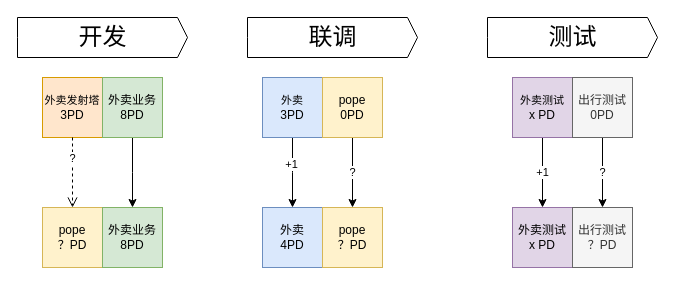
Before: 未命名绘图.drawio in jankin3/study-docs, a draw.io diagram. Source tidied: cells renumbered, new cells numbered last; positions are measured from the earlier drawing's top-left corner, leaving out a move shared by most shapes. Both pictures are drawn from the tidied source at 100%, with x=0, y=0 at pixel (17, 17).
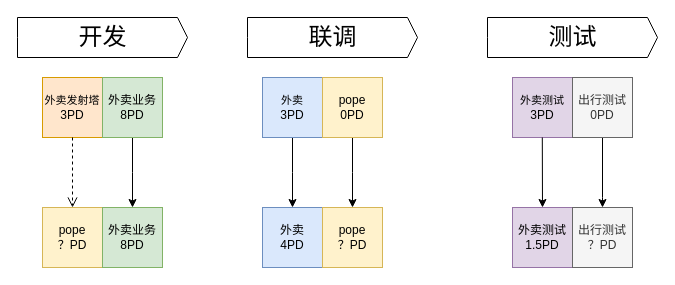
The same diagram, later.

Commit message:
更新未命名绘图.drawio

The change refers to these unchanged cells:
```xml
<mxCell id="2" value="&lt;font style=&quot;font-size: 11px;&quot;&gt;外卖发射塔&lt;/font&gt;&lt;div&gt;3PD&lt;/div&gt;" style="rounded=0;whiteSpace=wrap;html=1;fillColor=#ffe6cc;strokeColor=#d79b00;" parent="1" vertex="1">
  <mxGeometry x="25" y="60" width="60" height="60" as="geometry" />
</mxCell>
<mxCell id="10" style="edgeStyle=elbowEdgeStyle;rounded=0;jettySize=auto;html=1;exitX=0.5;exitY=1;exitDx=0;exitDy=0;entryX=0.5;entryY=0;entryDx=0;entryDy=0;" parent="1" edge="1" source="12" target="15">
  <mxGeometry relative="1" as="geometry" />
</mxCell>
<mxCell id="14" value="pope&lt;div&gt;0PD&lt;/div&gt;" style="rounded=0;whiteSpace=wrap;html=1;fillColor=#fff2cc;strokeColor=#d6b656;" parent="1" vertex="1">
  <mxGeometry x="305" y="60" width="60" height="60" as="geometry" />
</mxCell>
<mxCell id="16" value="pope&lt;div&gt;？PD&lt;/div&gt;" style="rounded=0;whiteSpace=wrap;html=1;fillColor=#fff2cc;strokeColor=#d6b656;" parent="1" vertex="1">
  <mxGeometry x="305" y="190" width="60" height="60" as="geometry" />
</mxCell>
<mxCell id="21" value="出行测试&lt;div&gt;0PD&lt;/div&gt;" style="rounded=0;whiteSpace=wrap;html=1;fillColor=#f5f5f5;strokeColor=#666666;fontColor=#333333;" parent="1" vertex="1">
  <mxGeometry x="555" y="60" width="60" height="60" as="geometry" />
</mxCell>
<mxCell id="23" value="出行测试&lt;div&gt;？PD&lt;/div&gt;" style="rounded=0;whiteSpace=wrap;html=1;fillColor=#f5f5f5;strokeColor=#666666;fontColor=#333333;" parent="1" vertex="1">
  <mxGeometry x="555" y="190" width="60" height="60" as="geometry" />
</mxCell>
```

The edit, as a diff of the source:
```diff
@@
-    <mxCell id="11" value="+1" style="edgeLabel;html=1;align=center;verticalAlign=middle;" parent="10" vertex="1">
-      <mxGeometry x="-0.27" y="-2" relative="1" as="geometry" />
-    </mxCell>
@@
-    <mxCell id="13" value="?" style="edgeStyle=elbowEdgeStyle;rounded=0;jettySize=auto;html=1;exitX=0.5;exitY=1;exitDx=0;exitDy=0;entryX=0.5;entryY=0;entryDx=0;entryDy=0;elbow=vertical;" parent="1" edge="1" source="14" target="16">
-      <mxGeometry relative="1" as="geometry" />
+    <mxCell id="13" style="edgeStyle=elbowEdgeStyle;rounded=0;jettySize=auto;html=1;exitX=0.5;exitY=1;exitDx=0;exitDy=0;entryX=0.5;entryY=0;entryDx=0;entryDy=0;elbow=vertical;" parent="1" edge="1" source="14" target="16">
+      <mxGeometry x="-0.15" relative="1" as="geometry" />
     </mxCell>
@@
-    <mxCell id="17" value="+1" style="edgeStyle=elbowEdgeStyle;rounded=0;jettySize=auto;html=1;exitX=0.5;exitY=1;exitDx=0;exitDy=0;entryX=0.5;entryY=0;entryDx=0;entryDy=0;elbow=vertical;" parent="1" edge="1" source="19" target="22">
-      <mxGeometry x="-0.01" relative="1" as="geometry" />
-    </mxCell>
-    <mxCell id="18" style="edgeLabel;html=1;align=center;verticalAlign=middle;" parent="17" vertex="1">
-      <mxGeometry x="-0.36" y="1" relative="1" as="geometry" />
-    </mxCell>
-    <mxCell id="19" value="&lt;div&gt;&lt;font style=&quot;font-size: 11px;&quot;&gt;外卖测试&lt;/font&gt;&lt;/div&gt;&lt;div&gt;x PD&lt;/div&gt;" style="rounded=0;whiteSpace=wrap;html=1;fillColor=#e1d5e7;strokeColor=#9673a6;" parent="1" vertex="1">
+    <mxCell id="19" value="&lt;div&gt;&lt;font style=&quot;font-size: 11px;&quot;&gt;外卖测试&lt;/font&gt;&lt;/div&gt;&lt;div&gt;3PD&lt;/div&gt;" style="rounded=0;whiteSpace=wrap;html=1;fillColor=#e1d5e7;strokeColor=#9673a6;" parent="1" vertex="1">
       <mxGeometry x="495" y="60" width="60" height="60" as="geometry" />
     </mxCell>
-    <mxCell id="20" value="?" style="edgeStyle=elbowEdgeStyle;rounded=0;jettySize=auto;html=1;exitX=0.5;exitY=1;exitDx=0;exitDy=0;entryX=0.5;entryY=0;entryDx=0;entryDy=0;elbow=vertical;" parent="1" edge="1" source="21" target="23">
-      <mxGeometry relative="1" as="geometry" />
+    <mxCell id="20" style="edgeStyle=elbowEdgeStyle;rounded=0;jettySize=auto;html=1;exitX=0.5;exitY=1;exitDx=0;exitDy=0;entryX=0.5;entryY=0;entryDx=0;entryDy=0;elbow=vertical;" parent="1" edge="1" source="21" target="23">
+      <mxGeometry relative="1" as="geometry">
+        <Array as="points">
+          <mxPoint x="585" y="180" />
+        </Array>
+      </mxGeometry>
     </mxCell>
@@
-    <mxCell id="22" value="外卖测试&lt;div&gt;x PD&lt;/div&gt;" style="rounded=0;whiteSpace=wrap;html=1;fillColor=#e1d5e7;strokeColor=#9673a6;" parent="1" vertex="1">
+    <mxCell id="22" value="外卖测试&lt;div&gt;1.5PD&lt;/div&gt;" style="rounded=0;whiteSpace=wrap;html=1;fillColor=#e1d5e7;strokeColor=#9673a6;" parent="1" vertex="1">
       <mxGeometry x="495" y="190" width="60" height="60" as="geometry" />
     </mxCell>
@@
-    <mxCell id="24" value="?" style="html=1;verticalAlign=bottom;endArrow=open;dashed=1;endSize=8;curved=0;rounded=0;exitX=0.5;exitY=1;exitDx=0;exitDy=0;" parent="1" edge="1" source="2">
-      <mxGeometry x="-0.14" relative="1" as="geometry">
+    <mxCell id="24" style="html=1;verticalAlign=bottom;endArrow=open;dashed=1;endSize=8;curved=0;rounded=0;exitX=0.5;exitY=1;exitDx=0;exitDy=0;" parent="1" edge="1" source="2">
+      <mxGeometry x="0.14" relative="1" as="geometry">
         <mxPoint x="55" y="190" as="targetPoint" />
       </mxGeometry>
     </mxCell>
+    <mxCell id="25" style="edgeStyle=elbowEdgeStyle;rounded=0;orthogonalLoop=1;jettySize=auto;html=1;exitX=0.5;exitY=1;exitDx=0;exitDy=0;entryX=0.5;entryY=0;entryDx=0;entryDy=0;" parent="1" edge="1">
+      <mxGeometry relative="1" as="geometry">
+        <mxPoint x="524.8" y="120" as="sourcePoint" />
+        <mxPoint x="524.8" y="190" as="targetPoint" />
+      </mxGeometry>
+    </mxCell>
```
